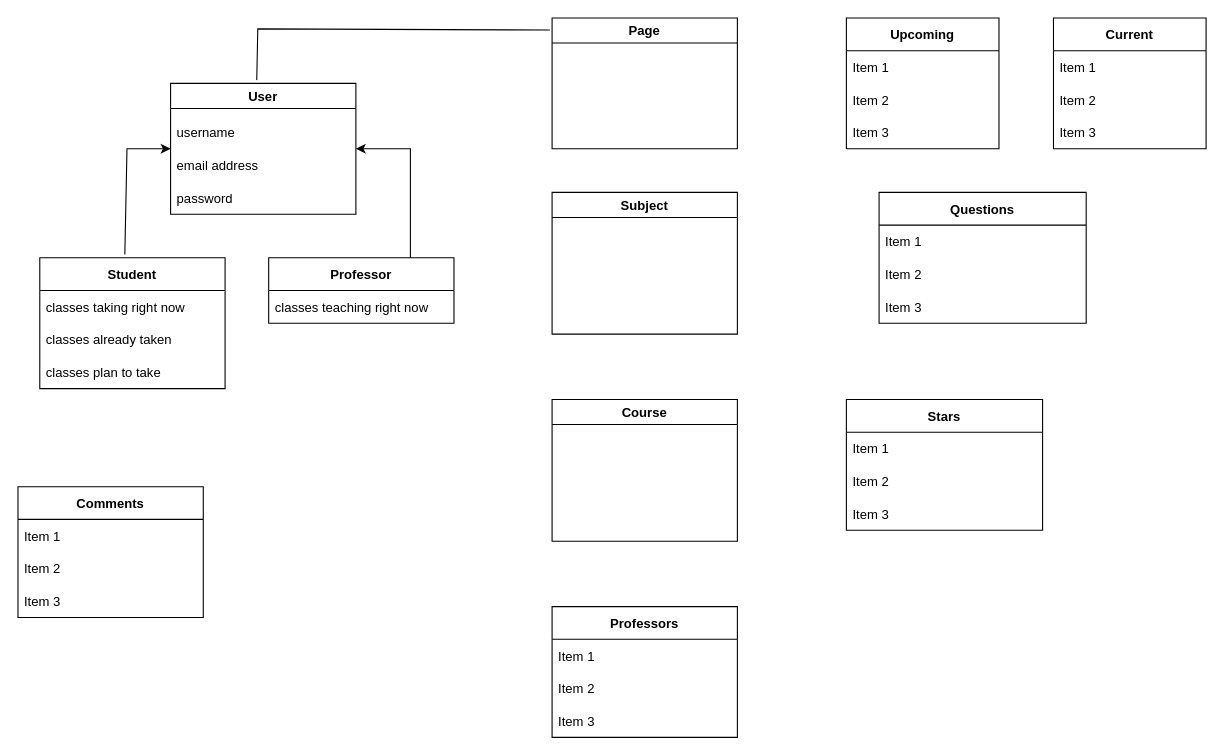
Before: Domain Model.drawio in I-Dont-Want-An-F/Project, a draw.io diagram. Source tidied: cells renumbered, new cells numbered last; positions are measured from the earlier drawing's top-left corner, leaving out a move shared by most shapes. Both pictures are drawn from the tidied source at 109%, with x=0, y=0 at pixel (17, 17).
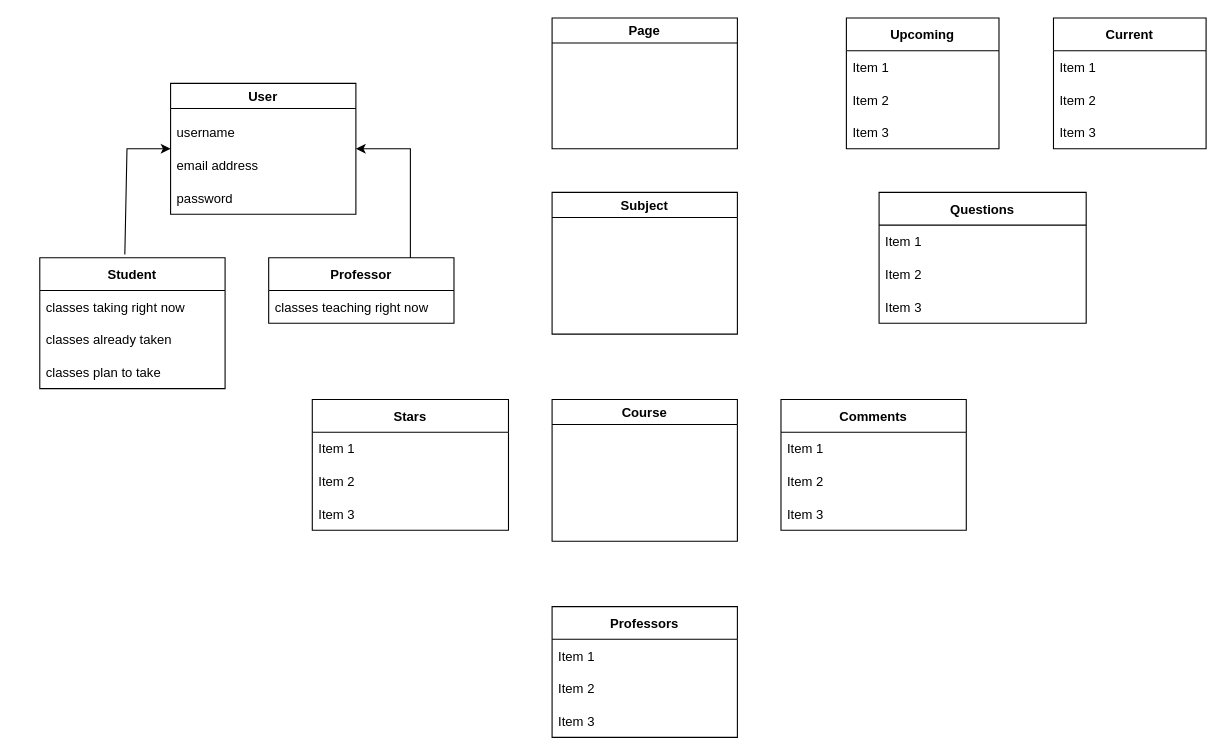
The same diagram, later.

The change refers to these unchanged cells:
```xml
<mxCell id="2" value="User" style="swimlane;" parent="1" vertex="1">
  <mxGeometry x="140" y="60" width="170" height="120" as="geometry" />
</mxCell>
<mxCell id="12" value="Page" style="swimlane;" parent="1" vertex="1">
  <mxGeometry x="490" width="170" height="120" as="geometry" />
</mxCell>
```

Diff of the diagram source:
```diff
@@
     <mxCell id="13" value="Comments" style="swimlane;fontStyle=1;horizontal=1;startSize=30;" parent="1" vertex="1">
-      <mxGeometry y="430" width="170" height="120" as="geometry" />
+      <mxGeometry x="700" y="350" width="170" height="120" as="geometry" />
     </mxCell>
@@
     <mxCell id="35" value="Stars" style="swimlane;fontStyle=1;horizontal=1;startSize=30;" parent="1" vertex="1">
-      <mxGeometry x="760" y="350" width="180" height="120" as="geometry" />
+      <mxGeometry x="270" y="350" width="180" height="120" as="geometry" />
     </mxCell>
@@
-    <mxCell id="41" style="endArrow=none;html=1;rounded=0;entryX=-0.012;entryY=0.092;entryDx=0;entryDy=0;entryPerimeter=0;exitX=0.465;exitY=-0.025;exitDx=0;exitDy=0;exitPerimeter=0;" parent="1" edge="1" source="2" target="12">
-      <mxGeometry relative="1" as="geometry">
-        <Array as="points">
-          <mxPoint x="220" y="10" />
-        </Array>
-      </mxGeometry>
-    </mxCell>
```
